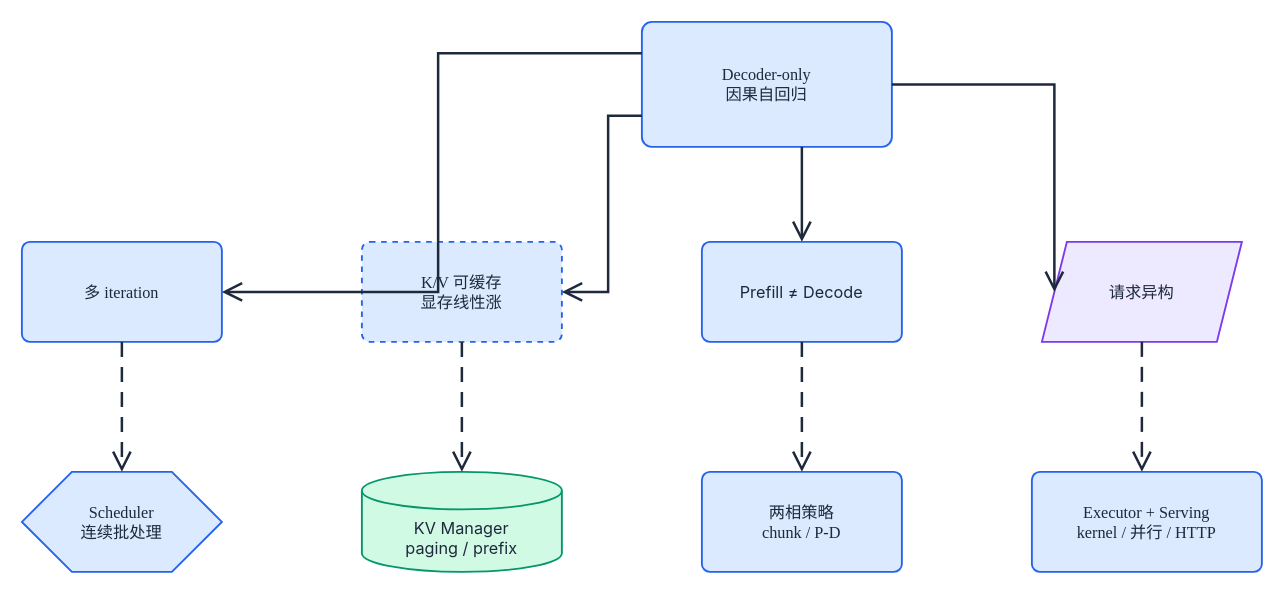
xiangel/xiangel.github.io keeps this draw.io diagram as diagrams/llm-inference-01/fig4-constraint-to-modules.drawio. Above is the earlier version. Source tidied: cells renumbered, new cells numbered last; positions are measured from the earlier drawing's top-left corner, leaving out a move shared by most shapes. Both pictures are drawn from the tidied source at 125%, with x=0, y=0 at pixel (21, 21).
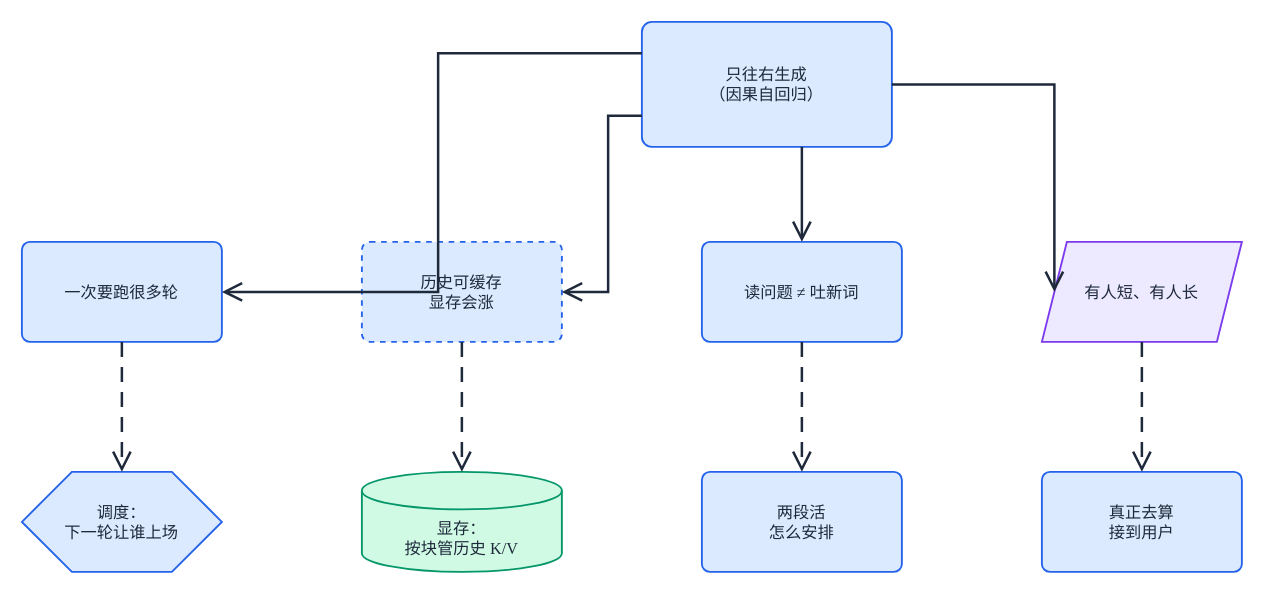
The same diagram, later.

What changed in the source:
```diff
@@
 <mxGraphModel background="#FFFFFF">
   <root>
     <mxCell id="0" />
     <mxCell id="1" parent="0" />
-    <mxCell id="2" value="Decoder-only&lt;br&gt;因果自回归" style="rounded=1;arcSize=8;html=1;whiteSpace=wrap;fillColor=#DBEAFE;strokeColor=#2563EB;strokeWidth=1.5;fontColor=#1E293B;fontSize=13;fontFamily=Times New Roman,SimSun;verticalAlign=middle;align=center;" parent="1" vertex="1">
+    <mxCell id="2" value="只往右生成&lt;br&gt;（因果自回归）" style="rounded=1;arcSize=8;html=1;whiteSpace=wrap;fillColor=#DBEAFE;strokeColor=#2563EB;strokeWidth=1.5;fontColor=#1E293B;fontSize=13;fontFamily=Times New Roman,SimSun;verticalAlign=middle;align=center;" parent="1" vertex="1">
       <mxGeometry x="496" width="200" height="100" as="geometry" />
     </mxCell>
-    <mxCell id="3" value="多 iteration" style="rounded=1;arcSize=8;html=1;whiteSpace=wrap;fillColor=#DBEAFE;strokeColor=#2563EB;strokeWidth=1.5;fontColor=#1E293B;fontSize=13;fontFamily=Times New Roman,SimSun;verticalAlign=middle;align=center;" parent="1" vertex="1">
+    <mxCell id="3" value="一次要跑很多轮" style="rounded=1;arcSize=8;html=1;whiteSpace=wrap;fillColor=#DBEAFE;strokeColor=#2563EB;strokeWidth=1.5;fontColor=#1E293B;fontSize=13;fontFamily=Times New Roman,SimSun;verticalAlign=middle;align=center;" parent="1" vertex="1">
       <mxGeometry y="176" width="160" height="80" as="geometry" />
     </mxCell>
-    <mxCell id="4" value="K/V 可缓存&lt;br&gt;显存线性涨" style="rounded=1;arcSize=8;dashed=1;html=1;whiteSpace=wrap;fillColor=#DBEAFE;strokeColor=#2563EB;strokeWidth=1.5;fontColor=#1E293B;fontSize=13;fontFamily=Times New Roman,SimSun;verticalAlign=middle;align=center;" parent="1" vertex="1">
+    <mxCell id="4" value="历史可缓存&lt;br&gt;显存会涨" style="rounded=1;arcSize=8;dashed=1;html=1;whiteSpace=wrap;fillColor=#DBEAFE;strokeColor=#2563EB;strokeWidth=1.5;fontColor=#1E293B;fontSize=13;fontFamily=Times New Roman,SimSun;verticalAlign=middle;align=center;" parent="1" vertex="1">
       <mxGeometry x="272" y="176" width="160" height="80" as="geometry" />
     </mxCell>
-    <mxCell id="5" value="Prefill ≠ Decode" style="rounded=1;arcSize=8;html=1;whiteSpace=wrap;fillColor=#DBEAFE;strokeColor=#2563EB;strokeWidth=1.5;fontColor=#1E293B;fontSize=13;fontFamily=Inter, Roboto, system-ui, -apple-system, sans-serif;verticalAlign=middle;align=center;" parent="1" vertex="1">
+    <mxCell id="5" value="读问题 ≠ 吐新词" style="rounded=1;arcSize=8;html=1;whiteSpace=wrap;fillColor=#DBEAFE;strokeColor=#2563EB;strokeWidth=1.5;fontColor=#1E293B;fontSize=13;fontFamily=Times New Roman,SimSun;verticalAlign=middle;align=center;" parent="1" vertex="1">
       <mxGeometry x="544" y="176" width="160" height="80" as="geometry" />
     </mxCell>
-    <mxCell id="6" value="请求异构" style="shape=parallelogram;perimeter=parallelogramPerimeter;fixedSize=1;html=1;whiteSpace=wrap;fillColor=#EDE9FE;strokeColor=#7C3AED;strokeWidth=1.5;fontColor=#1E293B;fontSize=13;fontFamily=Times New Roman,SimSun;verticalAlign=middle;align=center;" parent="1" vertex="1">
+    <mxCell id="6" value="有人短、有人长" style="shape=parallelogram;perimeter=parallelogramPerimeter;fixedSize=1;html=1;whiteSpace=wrap;fillColor=#EDE9FE;strokeColor=#7C3AED;strokeWidth=1.5;fontColor=#1E293B;fontSize=13;fontFamily=Times New Roman,SimSun;verticalAlign=middle;align=center;" parent="1" vertex="1">
       <mxGeometry x="816" y="176" width="160" height="80" as="geometry" />
     </mxCell>
-    <mxCell id="7" value="Scheduler&lt;br&gt;连续批处理" style="shape=hexagon;perimeter=hexagonPerimeter2;html=1;whiteSpace=wrap;fillColor=#DBEAFE;strokeColor=#2563EB;strokeWidth=1.5;fontColor=#1E293B;fontSize=13;fontFamily=Times New Roman,SimSun;verticalAlign=middle;align=center;" parent="1" vertex="1">
+    <mxCell id="7" value="调度：&lt;br&gt;下一轮让谁上场" style="shape=hexagon;perimeter=hexagonPerimeter2;html=1;whiteSpace=wrap;fillColor=#DBEAFE;strokeColor=#2563EB;strokeWidth=1.5;fontColor=#1E293B;fontSize=13;fontFamily=Times New Roman,SimSun;verticalAlign=middle;align=center;" parent="1" vertex="1">
       <mxGeometry y="360" width="160" height="80" as="geometry" />
     </mxCell>
-    <mxCell id="8" value="KV Manager&lt;br&gt;paging / prefix" style="shape=cylinder3;boundedLbl=1;backgroundOutline=1;size=15;html=1;whiteSpace=wrap;fillColor=#D1FAE5;strokeColor=#059669;strokeWidth=1.5;fontColor=#1E293B;fontSize=13;fontFamily=Inter, Roboto, system-ui, -apple-system, sans-serif;verticalAlign=middle;align=center;" parent="1" vertex="1">
+    <mxCell id="8" value="显存：&lt;br&gt;按块管历史 K/V" style="shape=cylinder3;boundedLbl=1;backgroundOutline=1;size=15;html=1;whiteSpace=wrap;fillColor=#D1FAE5;strokeColor=#059669;strokeWidth=1.5;fontColor=#1E293B;fontSize=13;fontFamily=Times New Roman,SimSun;verticalAlign=middle;align=center;" parent="1" vertex="1">
       <mxGeometry x="272" y="360" width="160" height="80" as="geometry" />
     </mxCell>
-    <mxCell id="9" value="两相策略&lt;br&gt;chunk / P-D" style="rounded=1;arcSize=8;html=1;whiteSpace=wrap;fillColor=#DBEAFE;strokeColor=#2563EB;strokeWidth=1.5;fontColor=#1E293B;fontSize=13;fontFamily=Times New Roman,SimSun;verticalAlign=middle;align=center;" parent="1" vertex="1">
+    <mxCell id="9" value="两段活&lt;br&gt;怎么安排" style="rounded=1;arcSize=8;html=1;whiteSpace=wrap;fillColor=#DBEAFE;strokeColor=#2563EB;strokeWidth=1.5;fontColor=#1E293B;fontSize=13;fontFamily=Times New Roman,SimSun;verticalAlign=middle;align=center;" parent="1" vertex="1">
       <mxGeometry x="544" y="360" width="160" height="80" as="geometry" />
     </mxCell>
-    <mxCell id="10" value="Executor + Serving&lt;br&gt;kernel / 并行 / HTTP" style="rounded=1;arcSize=8;html=1;whiteSpace=wrap;fillColor=#DBEAFE;strokeColor=#2563EB;strokeWidth=1.5;fontColor=#1E293B;fontSize=13;fontFamily=Times New Roman,SimSun;verticalAlign=middle;align=center;" parent="1" vertex="1">
-      <mxGeometry x="808" y="360" width="184" height="80" as="geometry" />
+    <mxCell id="10" value="真正去算&lt;br&gt;接到用户" style="rounded=1;arcSize=8;html=1;whiteSpace=wrap;fillColor=#DBEAFE;strokeColor=#2563EB;strokeWidth=1.5;fontColor=#1E293B;fontSize=13;fontFamily=Times New Roman,SimSun;verticalAlign=middle;align=center;" parent="1" vertex="1">
+      <mxGeometry x="816" y="360" width="160" height="80" as="geometry" />
     </mxCell>
     <mxCell id="11" style="edgeStyle=orthogonalEdgeStyle;rounded=0;jettySize=auto;html=1;strokeColor=#1E293B;strokeWidth=2;endArrow=open;endFill=0;endSize=12;exitX=0;exitY=0.25;exitDx=0;exitDy=0;entryX=1;entryY=0.5;entryDx=0;entryDy=0;jumpStyle=arc;jumpSize=8;" parent="1" edge="1" source="2" target="3">
       <mxGeometry relative="1" as="geometry" />
     </mxCell>
     <mxCell id="12" style="edgeStyle=orthogonalEdgeStyle;rounded=0;jettySize=auto;html=1;strokeColor=#1E293B;strokeWidth=2;endArrow=open;endFill=0;endSize=12;exitX=0;exitY=0.75;exitDx=0;exitDy=0;entryX=1;entryY=0.5;entryDx=0;entryDy=0;jumpStyle=arc;jumpSize=8;" parent="1" edge="1" source="2" target="4">
       <mxGeometry relative="1" as="geometry" />
     </mxCell>
     <mxCell id="13" style="edgeStyle=orthogonalEdgeStyle;rounded=0;jettySize=auto;html=1;strokeColor=#1E293B;strokeWidth=2;endArrow=open;endFill=0;endSize=12;exitX=0.64;exitY=1;exitDx=0;exitDy=0;entryX=0.5;entryY=0;entryDx=0;entryDy=0;jumpStyle=arc;jumpSize=8;" parent="1" edge="1" source="2" target="5">
       <mxGeometry relative="1" as="geometry" />
     </mxCell>
     <mxCell id="14" style="edgeStyle=orthogonalEdgeStyle;rounded=0;jettySize=auto;html=1;strokeColor=#1E293B;strokeWidth=2;endArrow=open;endFill=0;endSize=12;exitX=1;exitY=0.5;exitDx=0;exitDy=0;entryX=0;entryY=0.5;entryDx=0;entryDy=0;jumpStyle=arc;jumpSize=8;" parent="1" edge="1" source="2" target="6">
       <mxGeometry relative="1" as="geometry" />
     </mxCell>
     <mxCell id="15" style="edgeStyle=orthogonalEdgeStyle;rounded=0;jettySize=auto;html=1;strokeColor=#1E293B;strokeWidth=2;endArrow=open;endFill=0;endSize=12;exitX=0.5;exitY=1;exitDx=0;exitDy=0;entryX=0.5;entryY=0;entryDx=0;entryDy=0;dashed=1;dashPattern=6 4;jumpStyle=arc;jumpSize=8;" parent="1" edge="1" source="3" target="7">
       <mxGeometry relative="1" as="geometry" />
     </mxCell>
     <mxCell id="16" style="edgeStyle=orthogonalEdgeStyle;rounded=0;jettySize=auto;html=1;strokeColor=#1E293B;strokeWidth=2;endArrow=open;endFill=0;endSize=12;exitX=0.5;exitY=1;exitDx=0;exitDy=0;entryX=0.5;entryY=0;entryDx=0;entryDy=0;dashed=1;dashPattern=6 4;jumpStyle=arc;jumpSize=8;" parent="1" edge="1" source="4" target="8">
       <mxGeometry relative="1" as="geometry" />
     </mxCell>
     <mxCell id="17" style="edgeStyle=orthogonalEdgeStyle;rounded=0;jettySize=auto;html=1;strokeColor=#1E293B;strokeWidth=2;endArrow=open;endFill=0;endSize=12;exitX=0.5;exitY=1;exitDx=0;exitDy=0;entryX=0.5;entryY=0;entryDx=0;entryDy=0;dashed=1;dashPattern=6 4;jumpStyle=arc;jumpSize=8;" parent="1" edge="1" source="5" target="9">
       <mxGeometry relative="1" as="geometry" />
     </mxCell>
-    <mxCell id="18" style="edgeStyle=orthogonalEdgeStyle;rounded=0;jettySize=auto;html=1;strokeColor=#1E293B;strokeWidth=2;endArrow=open;endFill=0;endSize=12;exitX=0.5;exitY=1;exitDx=0;exitDy=0;entryX=0.4783;entryY=0;entryDx=0;entryDy=0;dashed=1;dashPattern=6 4;jumpStyle=arc;jumpSize=8;" parent="1" edge="1" source="6" target="10">
+    <mxCell id="18" style="edgeStyle=orthogonalEdgeStyle;rounded=0;jettySize=auto;html=1;strokeColor=#1E293B;strokeWidth=2;endArrow=open;endFill=0;endSize=12;exitX=0.5;exitY=1;exitDx=0;exitDy=0;entryX=0.5;entryY=0;entryDx=0;entryDy=0;dashed=1;dashPattern=6 4;jumpStyle=arc;jumpSize=8;" parent="1" edge="1" source="6" target="10">
       <mxGeometry relative="1" as="geometry" />
     </mxCell>
   </root>
 </mxGraphModel>
```
